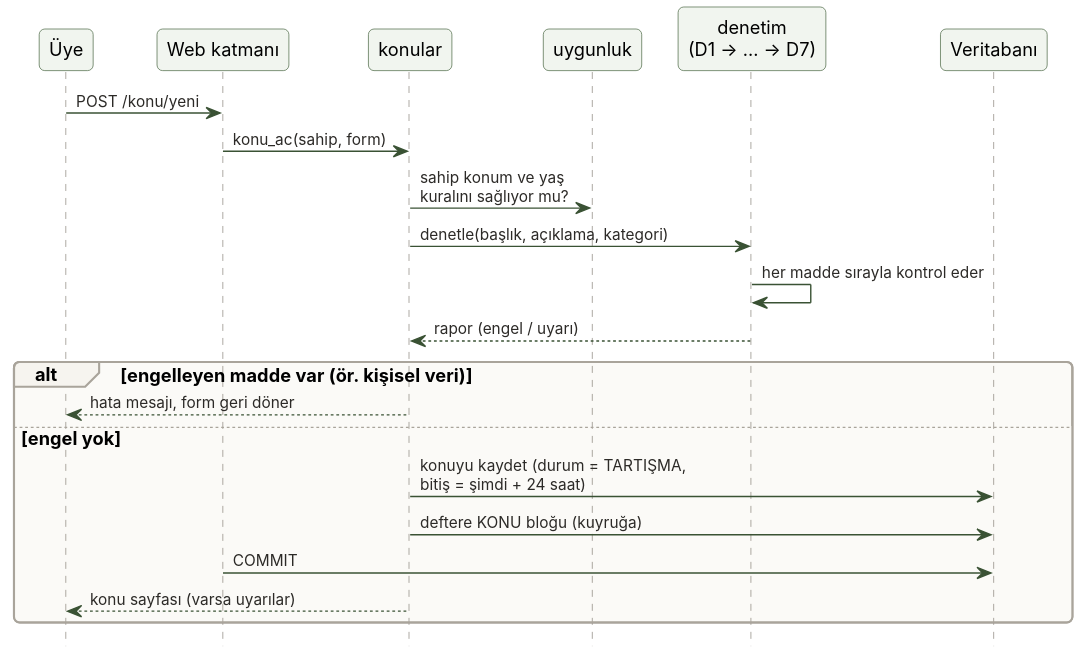
Before: docs/rapor/sekiller/s07_sirali_konu_acma.svg, a diagram exported from PlantUML (Baki-B/YZM327-Odevler). Source of this version:
```plantuml
@startuml
!include ../../uml/_stil.iuml
hide footbox
participant "Üye" as U
participant "Web katmanı" as W
participant "konular" as K
participant "uygunluk" as Y
participant "denetim\n(D1 → … → D7)" as D
participant "Veritabanı" as V

U -> W : POST /konu/yeni
W -> K : konu_ac(sahip, form)
K -> Y : sahip konum ve yaş\nkuralını sağlıyor mu?
K -> D : denetle(başlık, açıklama, kategori)
D -> D : her madde sırayla kontrol eder
D --> K : rapor (engel / uyarı)
alt engelleyen madde var (ör. kişisel veri)
  K --> U : hata mesajı, form geri döner
else engel yok
  K -> V : konuyu kaydet (durum = TARTIŞMA,\nbitiş = şimdi + 24 saat)
  K -> V : deftere KONU bloğu (kuyruğa)
  W -> V : COMMIT
  K --> U : konu sayfası (varsa uyarılar)
end
@enduml
```
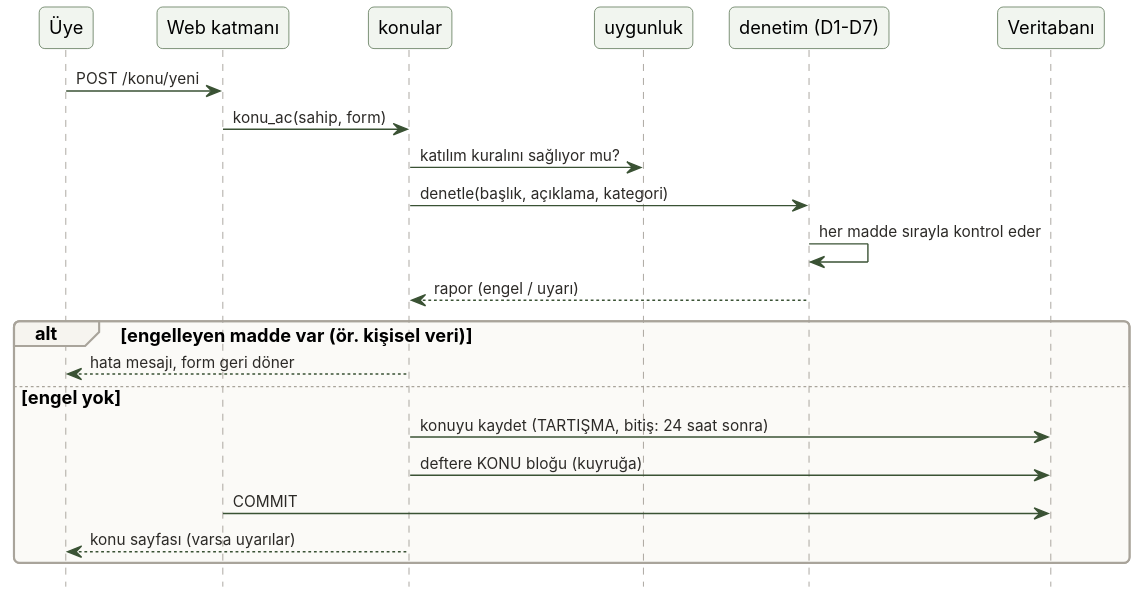
After the change.

Diff of the diagram source:
```diff
@@ -5,19 +5,19 @@
 participant "Web katmanı" as W
 participant "konular" as K
 participant "uygunluk" as Y
-participant "denetim\n(D1 → … → D7)" as D
+participant "denetim (D1-D7)" as D
 participant "Veritabanı" as V
 
 U -> W : POST /konu/yeni
 W -> K : konu_ac(sahip, form)
-K -> Y : sahip konum ve yaş\nkuralını sağlıyor mu?
+K -> Y : katılım kuralını sağlıyor mu?
 K -> D : denetle(başlık, açıklama, kategori)
 D -> D : her madde sırayla kontrol eder
 D --> K : rapor (engel / uyarı)
 alt engelleyen madde var (ör. kişisel veri)
   K --> U : hata mesajı, form geri döner
 else engel yok
-  K -> V : konuyu kaydet (durum = TARTIŞMA,\nbitiş = şimdi + 24 saat)
+  K -> V : konuyu kaydet (TARTIŞMA, bitiş: 24 saat sonra)
   K -> V : deftere KONU bloğu (kuyruğa)
   W -> V : COMMIT
   K --> U : konu sayfası (varsa uyarılar)
```
